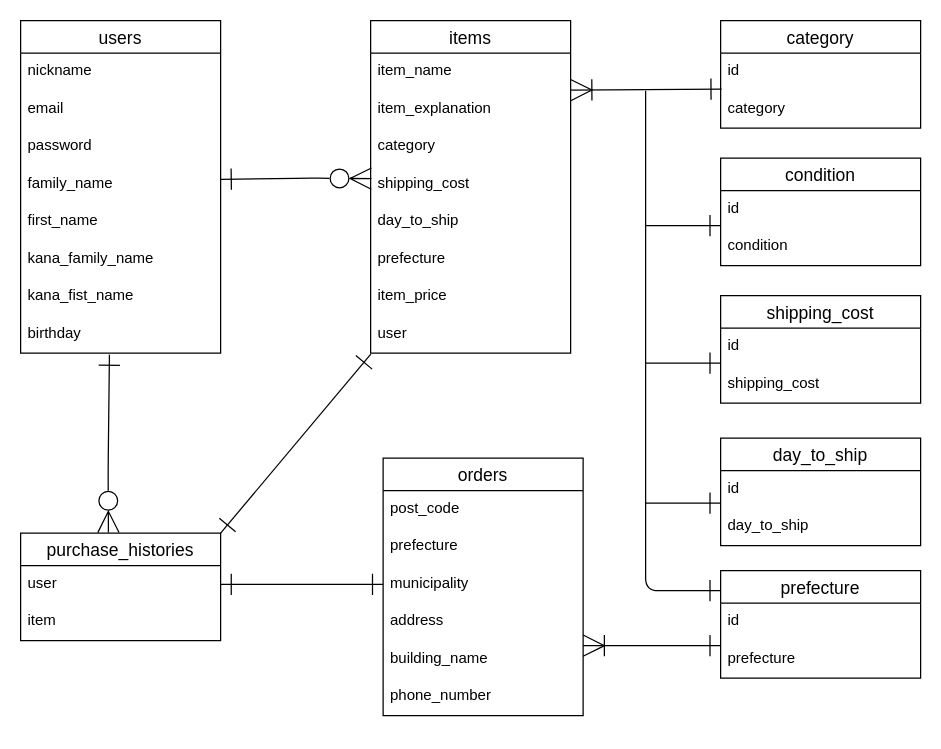
Above: ER.dio in Yoshito21/furima-38911 (draw.io), before the change. Source tidied: cells renumbered, new cells numbered last; positions are measured from the earlier drawing's top-left corner, leaving out a move shared by most shapes. Both pictures are drawn from the tidied source at 125%, with x=0, y=0 at pixel (20, 20).
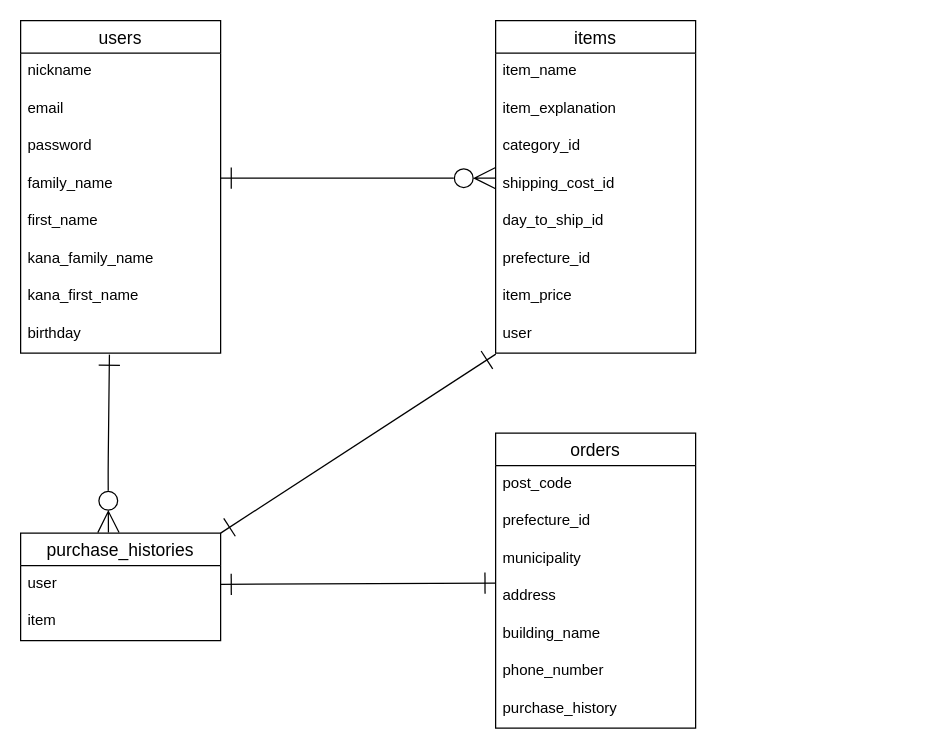
After the change.

Commit message (it also covers changes not shown here):
issue3 DB設計 修正版4

The change refers to these unchanged cells:
```xml
<mxCell id="2" value="users" style="swimlane;fontStyle=0;horizontal=1;startSize=26;align=center;fontSize=14;" parent="1" vertex="1">
  <mxGeometry width="160" height="266" as="geometry" />
</mxCell>
<mxCell id="6" value="family_name" style="text;strokeColor=none;fillColor=none;spacingLeft=4;spacingRight=4;overflow=hidden;points=[[0,0.5],[1,0.5]];portConstraint=eastwest;fontSize=12;" parent="2" vertex="1">
  <mxGeometry y="116" width="160" height="30" as="geometry" />
</mxCell>
<mxCell id="24" value="municipality" style="text;strokeColor=none;fillColor=none;spacingLeft=4;spacingRight=4;overflow=hidden;points=[[0,0.5],[1,0.5]];portConstraint=eastwest;fontSize=12;" parent="21" vertex="1">
  <mxGeometry y="86" width="160" height="30" as="geometry" />
</mxCell>
<mxCell id="31" value="user" style="text;strokeColor=none;fillColor=none;spacingLeft=4;spacingRight=4;overflow=hidden;points=[[0,0.5],[1,0.5]];portConstraint=eastwest;fontSize=12;" parent="30" vertex="1">
  <mxGeometry y="26" width="160" height="30" as="geometry" />
</mxCell>
```

Change to the diagram source:
```diff
@@
-    <mxCell id="9" value="kana_fist_name" style="text;strokeColor=none;fillColor=none;spacingLeft=4;spacingRight=4;overflow=hidden;fontSize=12;" parent="2" vertex="1">
+    <mxCell id="9" value="kana_first_name" style="text;strokeColor=none;fillColor=none;spacingLeft=4;spacingRight=4;overflow=hidden;fontSize=12;" parent="2" vertex="1">
       <mxGeometry y="206" width="160" height="30" as="geometry" />
     </mxCell>
@@
     <mxCell id="11" value="items" style="swimlane;fontStyle=0;horizontal=1;startSize=26;align=center;fontSize=14;" parent="1" vertex="1">
-      <mxGeometry x="280" width="160" height="266" as="geometry" />
+      <mxGeometry x="380" width="160" height="266" as="geometry" />
     </mxCell>
@@
-    <mxCell id="14" value="category" style="text;strokeColor=none;fillColor=none;spacingLeft=4;spacingRight=4;overflow=hidden;fontSize=12;" parent="11" vertex="1">
+    <mxCell id="14" value="category_id" style="text;strokeColor=none;fillColor=none;spacingLeft=4;spacingRight=4;overflow=hidden;fontSize=12;" parent="11" vertex="1">
       <mxGeometry y="86" width="160" height="30" as="geometry" />
     </mxCell>
-    <mxCell id="15" value="shipping_cost" style="text;strokeColor=none;fillColor=none;spacingLeft=4;spacingRight=4;overflow=hidden;fontSize=12;" parent="11" vertex="1">
+    <mxCell id="15" value="shipping_cost_id" style="text;strokeColor=none;fillColor=none;spacingLeft=4;spacingRight=4;overflow=hidden;fontSize=12;" parent="11" vertex="1">
       <mxGeometry y="116" width="160" height="30" as="geometry" />
     </mxCell>
-    <mxCell id="16" value="day_to_ship" style="text;strokeColor=none;fillColor=none;spacingLeft=4;spacingRight=4;overflow=hidden;fontSize=12;" parent="11" vertex="1">
+    <mxCell id="16" value="day_to_ship_id" style="text;strokeColor=none;fillColor=none;spacingLeft=4;spacingRight=4;overflow=hidden;fontSize=12;" parent="11" vertex="1">
       <mxGeometry y="146" width="160" height="30" as="geometry" />
     </mxCell>
-    <mxCell id="17" value="prefecture" style="text;strokeColor=none;fillColor=none;spacingLeft=4;spacingRight=4;overflow=hidden;fontSize=12;" parent="11" vertex="1">
+    <mxCell id="17" value="prefecture_id" style="text;strokeColor=none;fillColor=none;spacingLeft=4;spacingRight=4;overflow=hidden;fontSize=12;" parent="11" vertex="1">
       <mxGeometry y="176" width="160" height="30" as="geometry" />
     </mxCell>
@@
-    <mxCell id="20" style="edgeStyle=none;html=1;exitX=1;exitY=0.5;exitDx=0;exitDy=0;endArrow=ERzeroToMany;endFill=0;strokeWidth=1;endSize=15;startSize=15;startArrow=ERone;startFill=0;entryX=0.004;entryY=-0.02;entryDx=0;entryDy=0;entryPerimeter=0;" parent="1" edge="1">
+    <mxCell id="20" style="edgeStyle=none;html=1;exitX=1;exitY=0.333;exitDx=0;exitDy=0;endArrow=ERzeroToMany;endFill=0;strokeWidth=1;endSize=15;startSize=15;startArrow=ERone;startFill=0;exitPerimeter=0;" parent="1" edge="1" source="6">
       <mxGeometry relative="1" as="geometry">
-        <mxPoint x="160" y="127" as="sourcePoint" />
-        <mxPoint x="280.6" y="126.4" as="targetPoint" />
+        <mxPoint x="380" y="126" as="targetPoint" />
         <Array as="points">
-          <mxPoint x="230" y="126" />
+          <mxPoint x="240" y="126" />
         </Array>
       </mxGeometry>
     </mxCell>
     <mxCell id="21" value="orders" style="swimlane;fontStyle=0;horizontal=1;startSize=26;align=center;fontSize=14;" parent="1" vertex="1">
-      <mxGeometry x="290" y="350" width="160" height="206" as="geometry" />
+      <mxGeometry x="380" y="330" width="160" height="236" as="geometry" />
     </mxCell>
@@
-    <mxCell id="23" value="prefecture" style="text;strokeColor=none;fillColor=none;spacingLeft=4;spacingRight=4;overflow=hidden;fontSize=12;" parent="21" vertex="1">
+    <mxCell id="23" value="prefecture_id" style="text;strokeColor=none;fillColor=none;spacingLeft=4;spacingRight=4;overflow=hidden;fontSize=12;" parent="21" vertex="1">
       <mxGeometry y="56" width="160" height="30" as="geometry" />
     </mxCell>
@@
+    <mxCell id="47" value="purchase_history" style="text;strokeColor=none;fillColor=none;spacingLeft=4;spacingRight=4;overflow=hidden;fontSize=12;" parent="21" vertex="1">
+      <mxGeometry y="206" width="160" height="30" as="geometry" />
+    </mxCell>
@@
-    <mxCell id="33" style="edgeStyle=none;html=1;exitX=1;exitY=0.5;exitDx=0;exitDy=0;entryX=0;entryY=0.5;entryDx=0;entryDy=0;startArrow=ERone;startFill=0;endArrow=ERone;endFill=0;endSize=15;startSize=15;" parent="1" edge="1" source="31" target="24">
-      <mxGeometry relative="1" as="geometry" />
+    <mxCell id="33" style="edgeStyle=none;html=1;exitX=1;exitY=0.5;exitDx=0;exitDy=0;startArrow=ERone;startFill=0;endArrow=ERone;endFill=0;endSize=15;startSize=15;" parent="1" edge="1" source="31">
+      <mxGeometry relative="1" as="geometry">
+        <mxPoint x="380" y="450" as="targetPoint" />
+      </mxGeometry>
     </mxCell>
-    <mxCell id="34" value="category" style="swimlane;fontStyle=0;horizontal=1;startSize=26;align=center;fontSize=14;" parent="1" vertex="1">
-      <mxGeometry x="560" width="160" height="86" as="geometry" />
-    </mxCell>
-    <mxCell id="35" value="id" style="text;strokeColor=none;fillColor=none;spacingLeft=4;spacingRight=4;overflow=hidden;fontSize=12;" parent="34" vertex="1">
-      <mxGeometry y="26" width="160" height="30" as="geometry" />
-    </mxCell>
-    <mxCell id="36" value="category" style="text;strokeColor=none;fillColor=none;spacingLeft=4;spacingRight=4;overflow=hidden;fontSize=12;" parent="34" vertex="1">
-      <mxGeometry y="56" width="160" height="30" as="geometry" />
-    </mxCell>
-    <mxCell id="37" value="condition" style="swimlane;fontStyle=0;horizontal=1;startSize=26;align=center;fontSize=14;" parent="1" vertex="1">
-      <mxGeometry x="560" y="110" width="160" height="86" as="geometry" />
-    </mxCell>
-    <mxCell id="38" value="id" style="text;strokeColor=none;fillColor=none;spacingLeft=4;spacingRight=4;overflow=hidden;fontSize=12;" parent="37" vertex="1">
-      <mxGeometry y="26" width="160" height="30" as="geometry" />
-    </mxCell>
-    <mxCell id="39" value="condition" style="text;strokeColor=none;fillColor=none;spacingLeft=4;spacingRight=4;overflow=hidden;fontSize=12;" parent="37" vertex="1">
-      <mxGeometry y="56" width="160" height="30" as="geometry" />
-    </mxCell>
-    <mxCell id="40" style="edgeStyle=none;html=1;exitX=0;exitY=0.5;exitDx=0;exitDy=0;startArrow=ERone;startFill=0;endArrow=none;endFill=0;startSize=15;endSize=15;" parent="1" edge="1">
-      <mxGeometry relative="1" as="geometry">
-        <mxPoint x="560" y="274" as="sourcePoint" />
-        <mxPoint x="500" y="274" as="targetPoint" />
-      </mxGeometry>
-    </mxCell>
-    <mxCell id="41" value="shipping_cost" style="swimlane;fontStyle=0;horizontal=1;startSize=26;align=center;fontSize=14;" parent="1" vertex="1">
-      <mxGeometry x="560" y="220" width="160" height="86" as="geometry" />
-    </mxCell>
-    <mxCell id="42" value="id" style="text;strokeColor=none;fillColor=none;spacingLeft=4;spacingRight=4;overflow=hidden;fontSize=12;" parent="41" vertex="1">
-      <mxGeometry y="26" width="160" height="30" as="geometry" />
-    </mxCell>
-    <mxCell id="43" value="shipping_cost" style="text;strokeColor=none;fillColor=none;spacingLeft=4;spacingRight=4;overflow=hidden;fontSize=12;" parent="41" vertex="1">
-      <mxGeometry y="56" width="160" height="30" as="geometry" />
-    </mxCell>
-    <mxCell id="44" style="edgeStyle=none;html=1;exitX=0;exitY=0.186;exitDx=0;exitDy=0;startArrow=ERone;startFill=0;endArrow=none;endFill=0;startSize=15;endSize=15;exitPerimeter=0;" parent="1" edge="1" source="45">
-      <mxGeometry relative="1" as="geometry">
-        <mxPoint x="500" y="56" as="targetPoint" />
-        <Array as="points">
-          <mxPoint x="500" y="456" />
-        </Array>
-      </mxGeometry>
-    </mxCell>
-    <mxCell id="45" value="prefecture" style="swimlane;fontStyle=0;horizontal=1;startSize=26;align=center;fontSize=14;" parent="1" vertex="1">
-      <mxGeometry x="560" y="440" width="160" height="86" as="geometry" />
-    </mxCell>
-    <mxCell id="46" value="id" style="text;strokeColor=none;fillColor=none;spacingLeft=4;spacingRight=4;overflow=hidden;fontSize=12;" parent="45" vertex="1">
-      <mxGeometry y="26" width="160" height="30" as="geometry" />
-    </mxCell>
-    <mxCell id="47" value="prefecture" style="text;strokeColor=none;fillColor=none;spacingLeft=4;spacingRight=4;overflow=hidden;fontSize=12;" parent="45" vertex="1">
-      <mxGeometry y="56" width="160" height="30" as="geometry" />
-    </mxCell>
-    <mxCell id="48" style="edgeStyle=none;html=1;exitX=0;exitY=0.5;exitDx=0;exitDy=0;startArrow=ERone;startFill=0;endArrow=none;endFill=0;startSize=15;endSize=15;" parent="1" edge="1">
-      <mxGeometry relative="1" as="geometry">
-        <mxPoint x="560" y="386" as="sourcePoint" />
-        <mxPoint x="500" y="386" as="targetPoint" />
-      </mxGeometry>
-    </mxCell>
-    <mxCell id="49" value="day_to_ship" style="swimlane;fontStyle=0;horizontal=1;startSize=26;align=center;fontSize=14;" parent="1" vertex="1">
-      <mxGeometry x="560" y="334" width="160" height="86" as="geometry" />
-    </mxCell>
-    <mxCell id="50" value="id" style="text;strokeColor=none;fillColor=none;spacingLeft=4;spacingRight=4;overflow=hidden;fontSize=12;" parent="49" vertex="1">
-      <mxGeometry y="26" width="160" height="30" as="geometry" />
-    </mxCell>
-    <mxCell id="51" value="day_to_ship" style="text;strokeColor=none;fillColor=none;spacingLeft=4;spacingRight=4;overflow=hidden;fontSize=12;" parent="49" vertex="1">
-      <mxGeometry y="56" width="160" height="30" as="geometry" />
-    </mxCell>
-    <mxCell id="52" style="edgeStyle=none;html=1;exitX=0.994;exitY=0.953;exitDx=0;exitDy=0;entryX=-0.001;entryY=0.093;entryDx=0;entryDy=0;entryPerimeter=0;startArrow=ERoneToMany;startFill=0;endArrow=ERone;endFill=0;startSize=15;endSize=15;exitPerimeter=0;" parent="1" edge="1">
-      <mxGeometry relative="1" as="geometry">
-        <mxPoint x="440" y="55.6" as="sourcePoint" />
-        <mxPoint x="560.8" y="54.8" as="targetPoint" />
-      </mxGeometry>
-    </mxCell>
-    <mxCell id="53" style="edgeStyle=none;html=1;exitX=0;exitY=0.5;exitDx=0;exitDy=0;startArrow=ERone;startFill=0;endArrow=none;endFill=0;startSize=15;endSize=15;" parent="1" edge="1">
-      <mxGeometry relative="1" as="geometry">
-        <mxPoint x="560" y="164" as="sourcePoint" />
-        <mxPoint x="500" y="164" as="targetPoint" />
-      </mxGeometry>
-    </mxCell>
-    <mxCell id="54" style="edgeStyle=none;html=1;startArrow=ERone;startFill=0;endArrow=ERoneToMany;endFill=0;startSize=15;endSize=15;" parent="1" edge="1">
-      <mxGeometry relative="1" as="geometry">
-        <mxPoint x="560" y="500" as="sourcePoint" />
-        <mxPoint x="450" y="500" as="targetPoint" />
-      </mxGeometry>
-    </mxCell>
```
